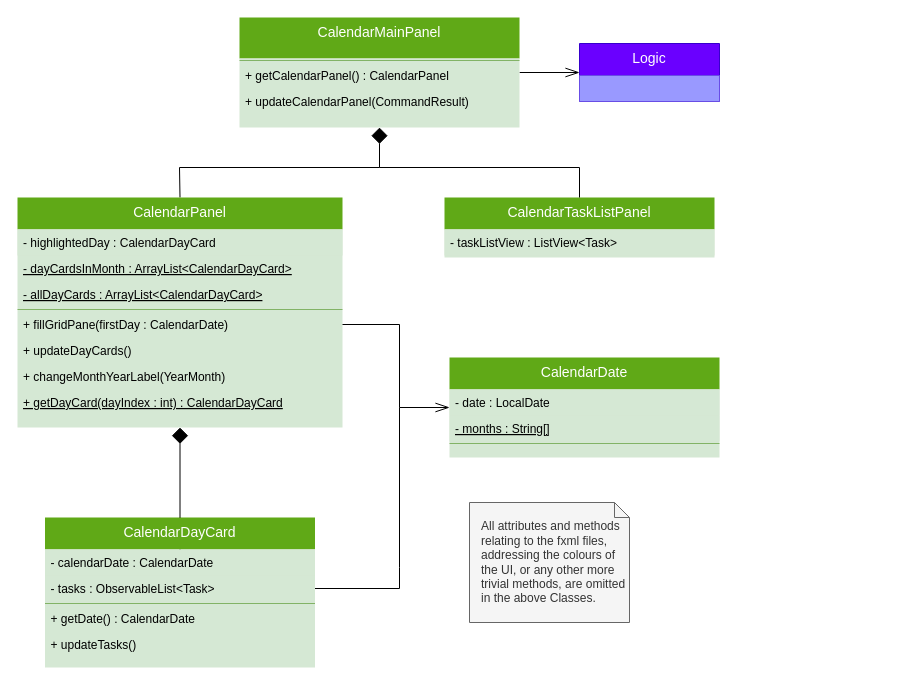
Above: docs/diagrams/CalendarUiClassDiagram.drawio in yapdianhao/main (draw.io), before the change. Source tidied: cells renumbered, new cells numbered last; positions are measured from the earlier drawing's top-left corner, leaving out a move shared by most shapes. Both pictures are drawn from the tidied source at 100%, with x=0, y=0 at pixel (17, 17).
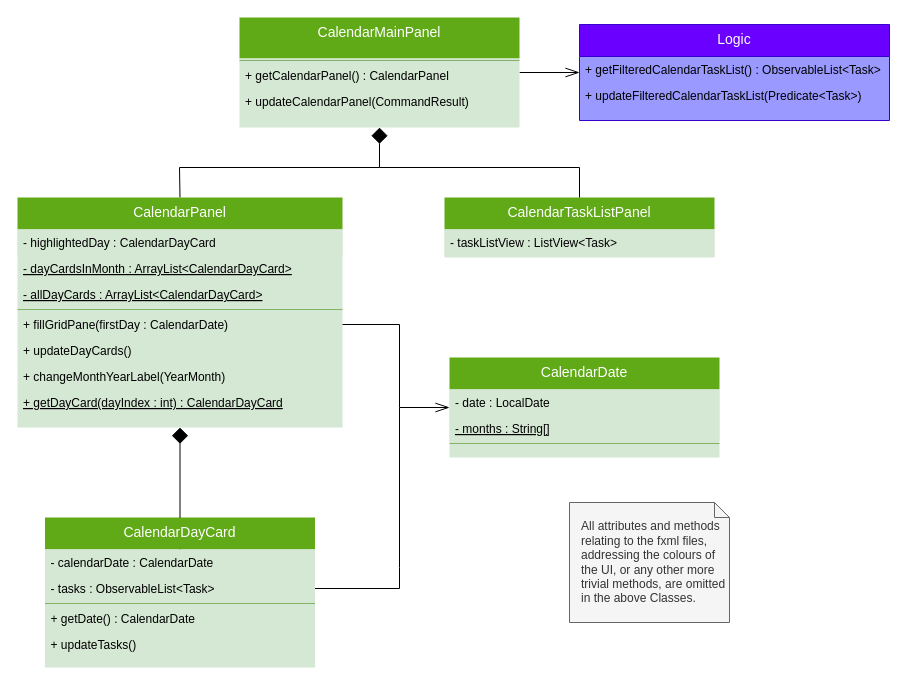
After the change.

Diff of the diagram source:
```diff
@@
     <mxCell id="7" value="&lt;div&gt;All attributes and methods relating to the fxml files, addressing the colours of the UI, or any other more trivial methods, are omitted in the above Classes.&lt;/div&gt;" style="shape=note;size=15;align=left;spacingLeft=10;html=1;whiteSpace=wrap;fillColor=#f5f5f5;strokeColor=#666666;fontColor=#333333;" parent="1" vertex="1">
-      <mxGeometry x="452" y="485" width="160" height="120" as="geometry" />
+      <mxGeometry x="552" y="485" width="160" height="120" as="geometry" />
     </mxCell>
@@
-    <mxCell id="30" value="Logic" style="swimlane;fontStyle=0;align=center;verticalAlign=top;horizontal=1;startSize=32;rounded=0;shadow=0;strokeWidth=1;fillColor=#6a00ff;strokeColor=#3700CC;fontColor=#ffffff;swimlaneFillColor=#ffffff;fontSize=14;" parent="1" vertex="1">
-      <mxGeometry x="562" y="26" width="140" height="58" as="geometry" />
-    </mxCell>
-    <mxCell id="31" style="text;align=left;verticalAlign=top;spacingLeft=4;spacingRight=4;overflow=hidden;rounded=0;shadow=0;html=0;fillColor=#9999FF;strokeColor=none;" parent="30" vertex="1">
-      <mxGeometry y="32" width="140" height="26" as="geometry" />
-    </mxCell>
@@
+    <mxCell id="30" value="Logic" style="swimlane;fontStyle=0;align=center;verticalAlign=top;horizontal=1;startSize=32;rounded=0;shadow=0;strokeWidth=1;fillColor=#6a00ff;strokeColor=#3700CC;fontColor=#ffffff;swimlaneFillColor=#9999FF;fontSize=14;" parent="1" vertex="1">
+      <mxGeometry x="562" y="7" width="310" height="96" as="geometry" />
+    </mxCell>
+    <mxCell id="36" value="+ getFilteredCalendarTaskList() : ObservableList&lt;Task&gt;" style="text;strokeColor=none;fillColor=none;align=left;verticalAlign=top;spacingLeft=4;spacingRight=4;overflow=hidden;" parent="30" vertex="1">
+      <mxGeometry y="32" width="310" height="26" as="geometry" />
+    </mxCell>
+    <mxCell id="37" value="+ updateFilteredCalendarTaskList(Predicate&lt;Task&gt;)" style="text;strokeColor=none;fillColor=none;align=left;verticalAlign=top;spacingLeft=4;spacingRight=4;overflow=hidden;" parent="30" vertex="1">
+      <mxGeometry y="58" width="310" height="26" as="geometry" />
+    </mxCell>
```
